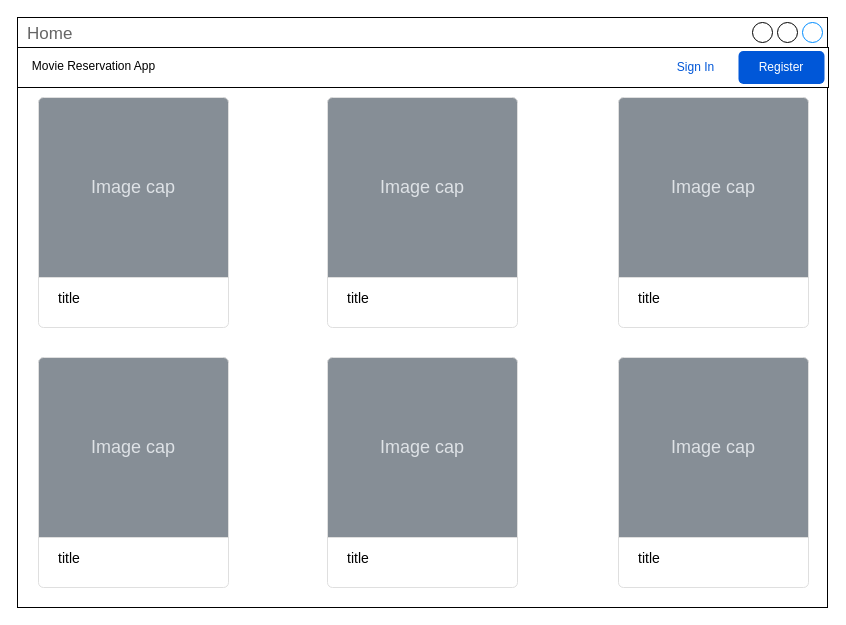
Earlier version of the draw.io diagram page "home" (1 of 5) of docs/wireframe.drawio (jdelreyes/movie-reservation-angular). Source tidied: cells renumbered, new cells numbered last; positions are measured from the earlier drawing's top-left corner, leaving out a move shared by most shapes. Both pictures are drawn from the tidied source at 100%, with x=0, y=0 at pixel (17, 17).
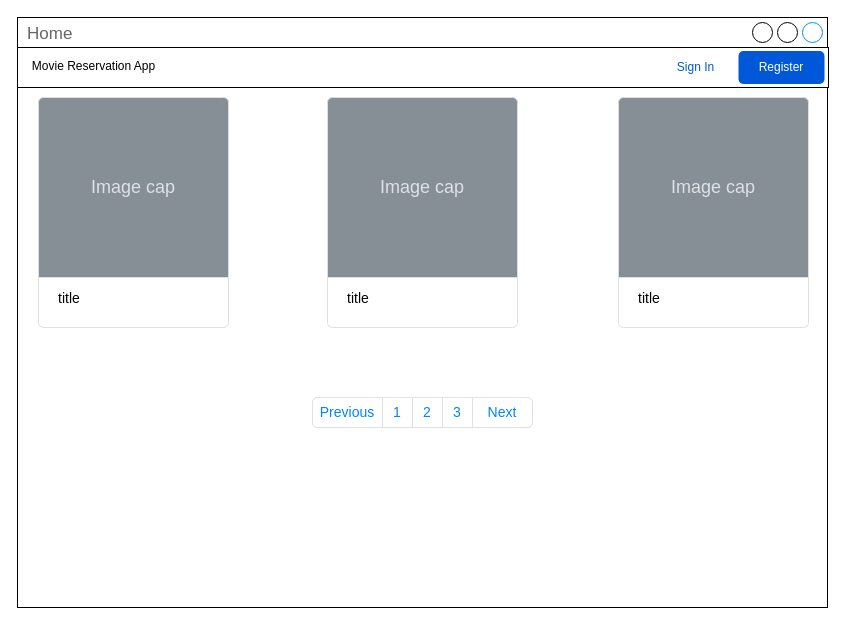
The same diagram, later.

Diff of the diagram source:
```diff
@@
-    <mxCell id="13" value="title" style="html=1;shadow=0;dashed=0;shape=mxgraph.bootstrap.rrect;rSize=5;strokeColor=#DFDFDF;html=1;whiteSpace=wrap;fillColor=#ffffff;fontColor=#000000;verticalAlign=bottom;align=left;spacing=20;fontSize=14;" parent="1" vertex="1">
-      <mxGeometry x="21" y="340" width="190" height="230" as="geometry" />
-    </mxCell>
-    <mxCell id="14" value="Image cap" style="html=1;shadow=0;dashed=0;shape=mxgraph.bootstrap.topButton;rSize=5;perimeter=none;whiteSpace=wrap;fillColor=#868E96;strokeColor=#DFDFDF;fontColor=#DEE2E6;fontSize=18;" parent="13" vertex="1">
-      <mxGeometry width="190" height="180" relative="1" as="geometry" />
-    </mxCell>
-    <mxCell id="15" value="title" style="html=1;shadow=0;dashed=0;shape=mxgraph.bootstrap.rrect;rSize=5;strokeColor=#DFDFDF;html=1;whiteSpace=wrap;fillColor=#ffffff;fontColor=#000000;verticalAlign=bottom;align=left;spacing=20;fontSize=14;" parent="1" vertex="1">
-      <mxGeometry x="310" y="340" width="190" height="230" as="geometry" />
-    </mxCell>
-    <mxCell id="16" value="Image cap" style="html=1;shadow=0;dashed=0;shape=mxgraph.bootstrap.topButton;rSize=5;perimeter=none;whiteSpace=wrap;fillColor=#868E96;strokeColor=#DFDFDF;fontColor=#DEE2E6;fontSize=18;" parent="15" vertex="1">
-      <mxGeometry width="190" height="180" relative="1" as="geometry" />
-    </mxCell>
-    <mxCell id="17" value="title" style="html=1;shadow=0;dashed=0;shape=mxgraph.bootstrap.rrect;rSize=5;strokeColor=#DFDFDF;html=1;whiteSpace=wrap;fillColor=#ffffff;fontColor=#000000;verticalAlign=bottom;align=left;spacing=20;fontSize=14;" parent="1" vertex="1">
-      <mxGeometry x="601" y="340" width="190" height="230" as="geometry" />
-    </mxCell>
-    <mxCell id="18" value="Image cap" style="html=1;shadow=0;dashed=0;shape=mxgraph.bootstrap.topButton;rSize=5;perimeter=none;whiteSpace=wrap;fillColor=#868E96;strokeColor=#DFDFDF;fontColor=#DEE2E6;fontSize=18;" parent="17" vertex="1">
-      <mxGeometry width="190" height="180" relative="1" as="geometry" />
-    </mxCell>
+    <mxCell id="19" style="html=1;shadow=0;dashed=0;shape=mxgraph.bootstrap.rrect;rSize=5;strokeColor=#DEE2E6;html=1;whiteSpace=wrap;fillColor=#ffffff;fontColor=#0085FC;fontSize=14;" parent="1" vertex="1">
+      <mxGeometry x="295" y="380" width="220" height="30" as="geometry" />
+    </mxCell>
+    <mxCell id="20" value="Previous" style="strokeColor=inherit;fillColor=inherit;gradientColor=inherit;fontColor=inherit;html=1;shadow=0;dashed=0;shape=mxgraph.bootstrap.leftButton;rSize=5;perimeter=none;whiteSpace=wrap;fontSize=14;" parent="19" vertex="1">
+      <mxGeometry width="70" height="30" relative="1" as="geometry" />
+    </mxCell>
+    <mxCell id="21" value="1" style="strokeColor=inherit;fillColor=inherit;gradientColor=inherit;fontColor=inherit;html=1;shadow=0;dashed=0;perimeter=none;whiteSpace=wrap;fontSize=14;" parent="19" vertex="1">
+      <mxGeometry width="30" height="30" relative="1" as="geometry">
+        <mxPoint x="70" as="offset" />
+      </mxGeometry>
+    </mxCell>
+    <mxCell id="22" value="2" style="strokeColor=inherit;fillColor=inherit;gradientColor=inherit;fontColor=inherit;html=1;shadow=0;dashed=0;perimeter=none;whiteSpace=wrap;fontSize=14;" parent="19" vertex="1">
+      <mxGeometry width="30" height="30" relative="1" as="geometry">
+        <mxPoint x="100" as="offset" />
+      </mxGeometry>
+    </mxCell>
+    <mxCell id="23" value="3" style="strokeColor=inherit;fillColor=inherit;gradientColor=inherit;fontColor=inherit;html=1;shadow=0;dashed=0;perimeter=none;whiteSpace=wrap;fontSize=14;" parent="19" vertex="1">
+      <mxGeometry width="30" height="30" relative="1" as="geometry">
+        <mxPoint x="130" as="offset" />
+      </mxGeometry>
+    </mxCell>
+    <mxCell id="24" value="Next" style="strokeColor=inherit;fillColor=inherit;gradientColor=inherit;fontColor=inherit;html=1;shadow=0;dashed=0;shape=mxgraph.bootstrap.rightButton;rSize=5;perimeter=none;whiteSpace=wrap;fontSize=14;" parent="19" vertex="1">
+      <mxGeometry x="1" width="60" height="30" relative="1" as="geometry">
+        <mxPoint x="-60" as="offset" />
+      </mxGeometry>
+    </mxCell>
```
